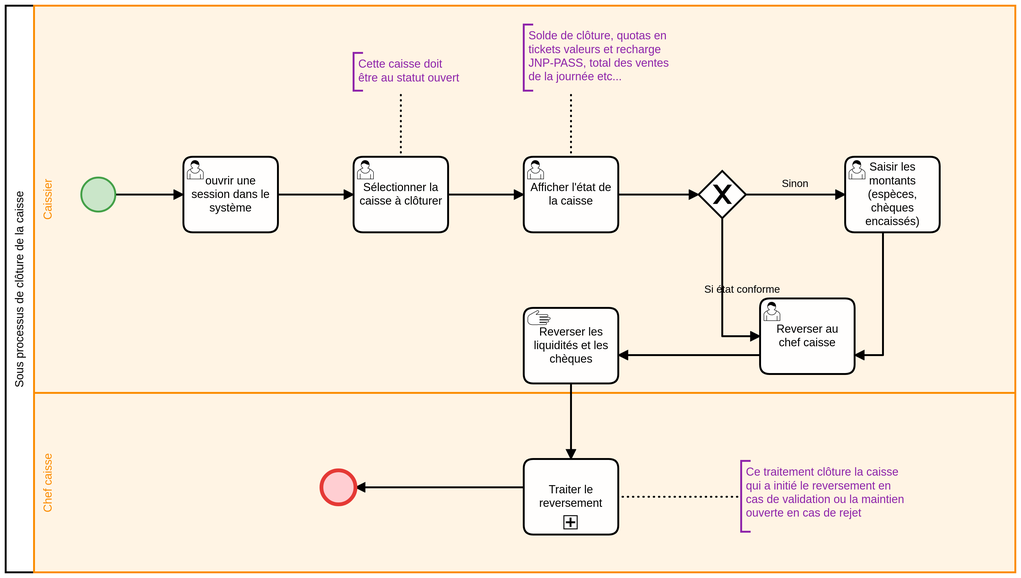
Above: Tresorerie/sp_cloture_caisse.png in consolengnam/JNP-BPMN (BPMN), before the change. Its source is kept beside it as Tresorerie/sp_cloture_caisse.bpmn. Ids are renumbered.
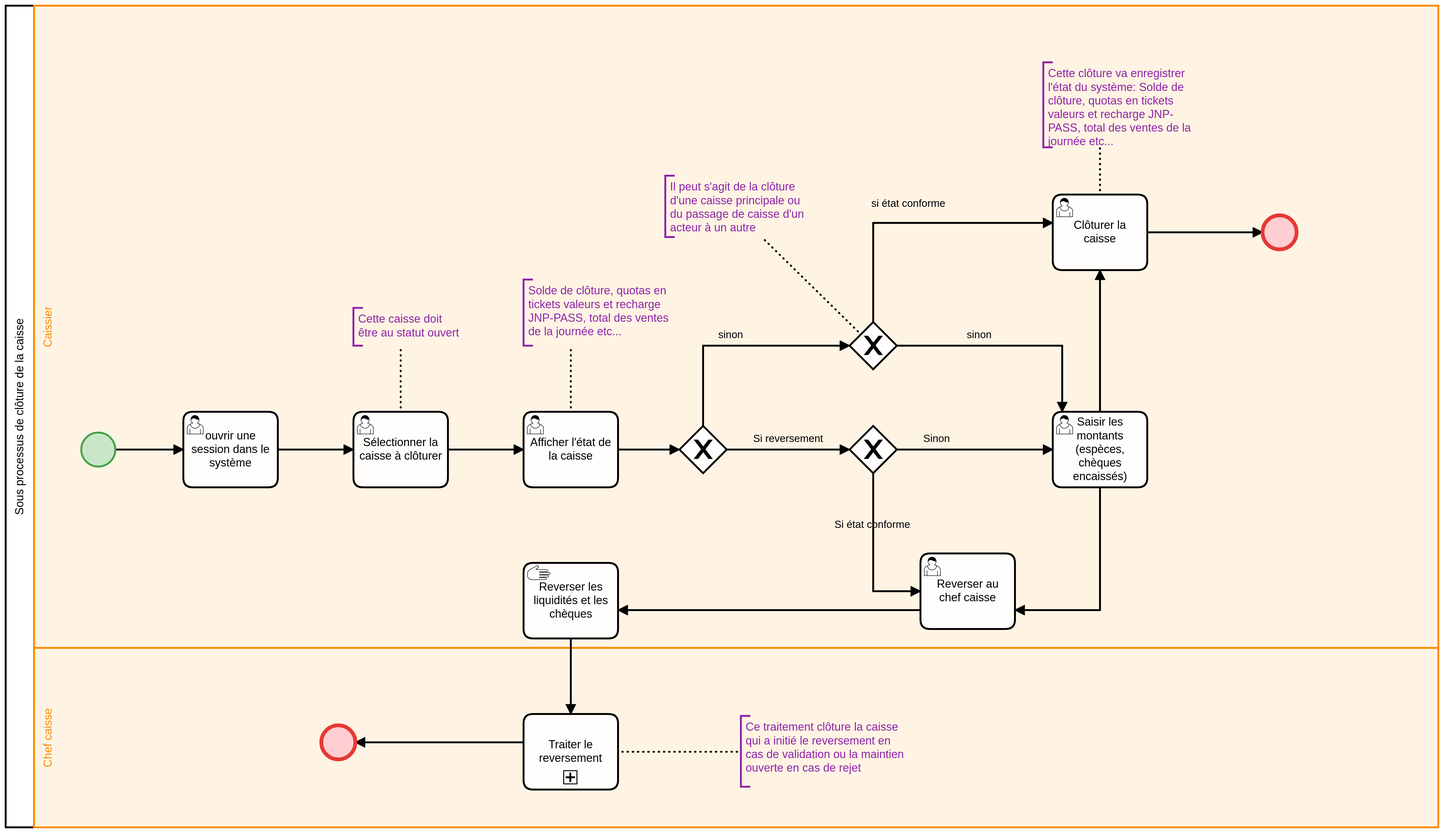
Later version of the same file.

Commit message:
Modification des sous processus de gestion de la caisse

Diff of the diagram source:
```diff
@@ -4,19 +4,23 @@
   </bpmn:collaboration>
   <bpmn:process id="Process_n4" isExecutable="true">
     <bpmn:laneSet id="LaneSet_n5">
+      <bpmn:lane id="Lane_n14" name="Chef caisse">
+        <bpmn:flowNodeRef>Event_n15</bpmn:flowNodeRef>
+        <bpmn:flowNodeRef>Activity_n16</bpmn:flowNodeRef>
+      </bpmn:lane>
       <bpmn:lane id="Lane_n6" name="Caissier">
         <bpmn:flowNodeRef>StartEvent_1</bpmn:flowNodeRef>
         <bpmn:flowNodeRef>Activity_n7</bpmn:flowNodeRef>
         <bpmn:flowNodeRef>Activity_n8</bpmn:flowNodeRef>
         <bpmn:flowNodeRef>Activity_n9</bpmn:flowNodeRef>
+        <bpmn:flowNodeRef>Activity_n13</bpmn:flowNodeRef>
+        <bpmn:flowNodeRef>Activity_n12</bpmn:flowNodeRef>
+        <bpmn:flowNodeRef>Gateway_n35</bpmn:flowNodeRef>
         <bpmn:flowNodeRef>Gateway_n10</bpmn:flowNodeRef>
         <bpmn:flowNodeRef>Activity_n11</bpmn:flowNodeRef>
-        <bpmn:flowNodeRef>Activity_n12</bpmn:flowNodeRef>
-        <bpmn:flowNodeRef>Activity_n13</bpmn:flowNodeRef>
-      </bpmn:lane>
-      <bpmn:lane id="Lane_n14" name="Chef caisse">
-        <bpmn:flowNodeRef>Event_n15</bpmn:flowNodeRef>
-        <bpmn:flowNodeRef>Activity_n16</bpmn:flowNodeRef>
+        <bpmn:flowNodeRef>Activity_n36</bpmn:flowNodeRef>
+        <bpmn:flowNodeRef>Gateway_n37</bpmn:flowNodeRef>
+        <bpmn:flowNodeRef>Event_n38</bpmn:flowNodeRef>
       </bpmn:lane>
     </bpmn:laneSet>
     <bpmn:startEvent id="StartEvent_1">
@@ -32,36 +36,43 @@
     </bpmn:userTask>
     <bpmn:userTask id="Activity_n9" name="Afficher l&#39;état de la caisse">
       <bpmn:incoming>Flow_n19</bpmn:incoming>
-      <bpmn:outgoing>Flow_n20</bpmn:outgoing>
+      <bpmn:outgoing>Flow_n39</bpmn:outgoing>
     </bpmn:userTask>
-    <bpmn:sequenceFlow id="Flow_n17" sourceRef="StartEvent_1" targetRef="Activity_n7" />
-    <bpmn:sequenceFlow id="Flow_n18" sourceRef="Activity_n7" targetRef="Activity_n8" />
-    <bpmn:sequenceFlow id="Flow_n19" sourceRef="Activity_n8" targetRef="Activity_n9" />
-    <bpmn:exclusiveGateway id="Gateway_n10">
-      <bpmn:incoming>Flow_n20</bpmn:incoming>
-      <bpmn:outgoing>Flow_n21</bpmn:outgoing>
-      <bpmn:outgoing>Flow_n22</bpmn:outgoing>
-    </bpmn:exclusiveGateway>
-    <bpmn:sequenceFlow id="Flow_n20" sourceRef="Activity_n9" targetRef="Gateway_n10" />
-    <bpmn:sequenceFlow id="Flow_n21" name="Sinon" sourceRef="Gateway_n10" targetRef="Activity_n11" />
-    <bpmn:sequenceFlow id="Flow_n22" name="Si état conforme" sourceRef="Gateway_n10" targetRef="Activity_n12" />
-    <bpmn:userTask id="Activity_n11" name="Saisir les montants (espèces, chèques encaissés)">
-      <bpmn:incoming>Flow_n21</bpmn:incoming>
-      <bpmn:outgoing>Flow_n23</bpmn:outgoing>
-    </bpmn:userTask>
-    <bpmn:sequenceFlow id="Flow_n23" sourceRef="Activity_n11" targetRef="Activity_n12" />
+    <bpmn:manualTask id="Activity_n13" name="Reverser les liquidités et les chèques">
+      <bpmn:incoming>Flow_n24</bpmn:incoming>
+      <bpmn:outgoing>Flow_n26</bpmn:outgoing>
+    </bpmn:manualTask>
     <bpmn:userTask id="Activity_n12" name="Reverser au chef caisse">
       <bpmn:incoming>Flow_n22</bpmn:incoming>
       <bpmn:incoming>Flow_n23</bpmn:incoming>
       <bpmn:outgoing>Flow_n24</bpmn:outgoing>
     </bpmn:userTask>
-    <bpmn:sequenceFlow id="Flow_n24" sourceRef="Activity_n12" targetRef="Activity_n13" />
-    <bpmn:sequenceFlow id="Flow_n25" sourceRef="Activity_n16" targetRef="Event_n15" />
-    <bpmn:manualTask id="Activity_n13" name="Reverser les liquidités et les chèques">
-      <bpmn:incoming>Flow_n24</bpmn:incoming>
-      <bpmn:outgoing>Flow_n26</bpmn:outgoing>
-    </bpmn:manualTask>
-    <bpmn:sequenceFlow id="Flow_n26" sourceRef="Activity_n13" targetRef="Activity_n16" />
+    <bpmn:exclusiveGateway id="Gateway_n35">
+      <bpmn:incoming>Flow_n39</bpmn:incoming>
+      <bpmn:outgoing>Flow_n40</bpmn:outgoing>
+      <bpmn:outgoing>Flow_n41</bpmn:outgoing>
+    </bpmn:exclusiveGateway>
+    <bpmn:exclusiveGateway id="Gateway_n10">
+      <bpmn:incoming>Flow_n40</bpmn:incoming>
+      <bpmn:outgoing>Flow_n21</bpmn:outgoing>
+      <bpmn:outgoing>Flow_n22</bpmn:outgoing>
+    </bpmn:exclusiveGateway>
+    <bpmn:userTask id="Activity_n11" name="Saisir les montants (espèces, chèques encaissés)">
+      <bpmn:incoming>Flow_n21</bpmn:incoming>
+      <bpmn:incoming>Flow_n42</bpmn:incoming>
+      <bpmn:outgoing>Flow_n23</bpmn:outgoing>
+      <bpmn:outgoing>Flow_n43</bpmn:outgoing>
+    </bpmn:userTask>
+    <bpmn:userTask id="Activity_n36" name="Clôturer la caisse">
+      <bpmn:incoming>Flow_n44</bpmn:incoming>
+      <bpmn:incoming>Flow_n43</bpmn:incoming>
+      <bpmn:outgoing>Flow_n45</bpmn:outgoing>
+    </bpmn:userTask>
+    <bpmn:exclusiveGateway id="Gateway_n37">
+      <bpmn:incoming>Flow_n41</bpmn:incoming>
+      <bpmn:outgoing>Flow_n44</bpmn:outgoing>
+      <bpmn:outgoing>Flow_n42</bpmn:outgoing>
+    </bpmn:exclusiveGateway>
     <bpmn:subProcess id="Activity_n16" name="Traiter le reversement">
       <bpmn:incoming>Flow_n26</bpmn:incoming>
       <bpmn:outgoing>Flow_n25</bpmn:outgoing>
@@ -69,136 +80,230 @@
     <bpmn:endEvent id="Event_n15">
       <bpmn:incoming>Flow_n25</bpmn:incoming>
     </bpmn:endEvent>
+    <bpmn:sequenceFlow id="Flow_n26" sourceRef="Activity_n13" targetRef="Activity_n16" />
+    <bpmn:sequenceFlow id="Flow_n25" sourceRef="Activity_n16" targetRef="Event_n15" />
+    <bpmn:sequenceFlow id="Flow_n24" sourceRef="Activity_n12" targetRef="Activity_n13" />
+    <bpmn:sequenceFlow id="Flow_n23" sourceRef="Activity_n11" targetRef="Activity_n12" />
+    <bpmn:sequenceFlow id="Flow_n22" name="Si état conforme" sourceRef="Gateway_n10" targetRef="Activity_n12" />
+    <bpmn:sequenceFlow id="Flow_n21" name="Sinon" sourceRef="Gateway_n10" targetRef="Activity_n11" />
+    <bpmn:sequenceFlow id="Flow_n19" sourceRef="Activity_n8" targetRef="Activity_n9" />
+    <bpmn:sequenceFlow id="Flow_n18" sourceRef="Activity_n7" targetRef="Activity_n8" />
+    <bpmn:sequenceFlow id="Flow_n17" sourceRef="StartEvent_1" targetRef="Activity_n7" />
+    <bpmn:sequenceFlow id="Flow_n39" sourceRef="Activity_n9" targetRef="Gateway_n35" />
+    <bpmn:sequenceFlow id="Flow_n40" name="Si reversement" sourceRef="Gateway_n35" targetRef="Gateway_n10" />
+    <bpmn:sequenceFlow id="Flow_n41" name="sinon" sourceRef="Gateway_n35" targetRef="Gateway_n37" />
+    <bpmn:sequenceFlow id="Flow_n44" name="si état conforme" sourceRef="Gateway_n37" targetRef="Activity_n36" />
+    <bpmn:sequenceFlow id="Flow_n42" name="sinon" sourceRef="Gateway_n37" targetRef="Activity_n11" />
+    <bpmn:sequenceFlow id="Flow_n43" sourceRef="Activity_n11" targetRef="Activity_n36" />
+    <bpmn:sequenceFlow id="Flow_n45" sourceRef="Activity_n36" targetRef="Event_n38" />
+    <bpmn:endEvent id="Event_n38">
+      <bpmn:incoming>Flow_n45</bpmn:incoming>
+    </bpmn:endEvent>
+    <bpmn:textAnnotation id="TextAnnotation_n46">
+      <bpmn:text>Cette clôture va enregistrer l'état du système: Solde de clôture, quotas en tickets valeurs et recharge JNP-PASS, total des ventes de la journée etc...</bpmn:text>
+    </bpmn:textAnnotation>
     <bpmn:textAnnotation id="TextAnnotation_n27">
       <bpmn:text>Solde de clôture, quotas en tickets valeurs et recharge JNP-PASS, total des ventes de la journée etc...</bpmn:text>
     </bpmn:textAnnotation>
-    <bpmn:association id="Association_n28" sourceRef="Activity_n9" targetRef="TextAnnotation_n27" />
     <bpmn:textAnnotation id="TextAnnotation_n29">
       <bpmn:text>Cette caisse doit être au statut ouvert</bpmn:text>
     </bpmn:textAnnotation>
-    <bpmn:association id="Association_n30" sourceRef="Activity_n8" targetRef="TextAnnotation_n29" />
     <bpmn:textAnnotation id="TextAnnotation_n31">
       <bpmn:text>Ce traitement clôture la caisse qui a initié le reversement en cas de validation ou la maintien ouverte en cas de rejet</bpmn:text>
     </bpmn:textAnnotation>
+    <bpmn:association id="Association_n47" sourceRef="Activity_n36" targetRef="TextAnnotation_n46" />
+    <bpmn:association id="Association_n30" sourceRef="Activity_n8" targetRef="TextAnnotation_n29" />
+    <bpmn:association id="Association_n28" sourceRef="Activity_n9" targetRef="TextAnnotation_n27" />
     <bpmn:association id="Association_n32" sourceRef="Activity_n16" targetRef="TextAnnotation_n31" />
+    <bpmn:textAnnotation id="TextAnnotation_n48">
+      <bpmn:text>Il peut s'agit de la clôture d'une caisse principale ou du passage de caisse d'un acteur à un autre</bpmn:text>
+    </bpmn:textAnnotation>
+    <bpmn:association id="Association_n49" sourceRef="Gateway_n37" targetRef="TextAnnotation_n48" />
   </bpmn:process>
   <bpmndi:BPMNDiagram id="BPMNDiagram_1">
     <bpmndi:BPMNPlane id="BPMNPlane_1" bpmnElement="Collaboration_n2">
       <bpmndi:BPMNShape id="Participant_n3_di" bpmnElement="Participant_n3" isHorizontal="true">
-        <dc:Bounds x="182" y="120" width="1068" height="600" />
+        <dc:Bounds x="182" y="80" width="1516" height="870" />
         <bpmndi:BPMNLabel />
       </bpmndi:BPMNShape>
       <bpmndi:BPMNShape id="Lane_n14_di" bpmnElement="Lane_n14" isHorizontal="true" bioc:stroke="#fb8c00" bioc:fill="#ffe0b2" color:background-color="#ffe0b2" color:border-color="#fb8c00">
-        <dc:Bounds x="212" y="530" width="1038" height="190" />
+        <dc:Bounds x="212" y="760" width="1486" height="190" />
         <bpmndi:BPMNLabel />
       </bpmndi:BPMNShape>
       <bpmndi:BPMNShape id="Lane_n6_di" bpmnElement="Lane_n6" isHorizontal="true" bioc:stroke="#fb8c00" bioc:fill="#ffe0b2" color:background-color="#ffe0b2" color:border-color="#fb8c00">
-        <dc:Bounds x="212" y="120" width="1038" height="410" />
+        <dc:Bounds x="212" y="80" width="1486" height="680" />
+        <bpmndi:BPMNLabel />
+      </bpmndi:BPMNShape>
+      <bpmndi:BPMNShape id="TextAnnotation_n46_di" bpmnElement="TextAnnotation_n46" bioc:stroke="#8e24aa" bioc:fill="#e1bee7" color:background-color="#e1bee7" color:border-color="#8e24aa">
+        <dc:Bounds x="1280" y="140" width="170" height="90" />
+        <bpmndi:BPMNLabel />
+      </bpmndi:BPMNShape>
+      <bpmndi:BPMNShape id="TextAnnotation_n27_di" bpmnElement="TextAnnotation_n27" bioc:stroke="#8e24aa" bioc:fill="#e1bee7" color:background-color="#e1bee7" color:border-color="#8e24aa">
+        <dc:Bounds x="730" y="370" width="160" height="70" />
+        <bpmndi:BPMNLabel />
+      </bpmndi:BPMNShape>
+      <bpmndi:BPMNShape id="TextAnnotation_n29_di" bpmnElement="TextAnnotation_n29" bioc:stroke="#8e24aa" bioc:fill="#e1bee7" color:background-color="#e1bee7" color:border-color="#8e24aa">
+        <dc:Bounds x="550" y="400" width="120" height="40" />
         <bpmndi:BPMNLabel />
       </bpmndi:BPMNShape>
       <bpmndi:BPMNShape id="TextAnnotation_n31_di" bpmnElement="TextAnnotation_n31" bioc:stroke="#8e24aa" bioc:fill="#e1bee7" color:background-color="#e1bee7" color:border-color="#8e24aa">
-        <dc:Bounds x="960" y="602" width="180" height="75" />
+        <dc:Bounds x="960" y="832" width="180" height="75" />
         <bpmndi:BPMNLabel />
       </bpmndi:BPMNShape>
+      <bpmndi:BPMNShape id="TextAnnotation_n48_di" bpmnElement="TextAnnotation_n48" bioc:stroke="#8e24aa" bioc:fill="#e1bee7" color:background-color="#e1bee7" color:border-color="#8e24aa">
+        <dc:Bounds x="880" y="260" width="160" height="65" />
+        <bpmndi:BPMNLabel />
+      </bpmndi:BPMNShape>
+      <bpmndi:BPMNEdge id="Flow_n26_di" bpmnElement="Flow_n26">
+        <di:waypoint x="780" y="750" />
+        <di:waypoint x="780" y="830" />
+      </bpmndi:BPMNEdge>
       <bpmndi:BPMNEdge id="Flow_n25_di" bpmnElement="Flow_n25">
-        <di:waypoint x="730" y="630" />
-        <di:waypoint x="552" y="630" />
+        <di:waypoint x="730" y="860" />
+        <di:waypoint x="552" y="860" />
       </bpmndi:BPMNEdge>
       <bpmndi:BPMNEdge id="Flow_n24_di" bpmnElement="Flow_n24">
-        <di:waypoint x="980" y="490" />
-        <di:waypoint x="830" y="490" />
+        <di:waypoint x="1150" y="720" />
+        <di:waypoint x="830" y="720" />
       </bpmndi:BPMNEdge>
       <bpmndi:BPMNEdge id="Flow_n23_di" bpmnElement="Flow_n23">
-        <di:waypoint x="1110" y="360" />
-        <di:waypoint x="1110" y="490" />
-        <di:waypoint x="1080" y="490" />
+        <di:waypoint x="1340" y="590" />
+        <di:waypoint x="1340" y="720" />
+        <di:waypoint x="1250" y="720" />
       </bpmndi:BPMNEdge>
       <bpmndi:BPMNEdge id="Flow_n22_di" bpmnElement="Flow_n22">
-        <di:waypoint x="940" y="345" />
-        <di:waypoint x="940" y="470" />
-        <di:waypoint x="980" y="470" />
+        <di:waypoint x="1100" y="575" />
+        <di:waypoint x="1100" y="700" />
+        <di:waypoint x="1150" y="700" />
         <bpmndi:BPMNLabel>
-          <dc:Bounds x="921" y="414" width="81" height="14" />
+          <dc:Bounds x="1059" y="623" width="81" height="14" />
         </bpmndi:BPMNLabel>
       </bpmndi:BPMNEdge>
       <bpmndi:BPMNEdge id="Flow_n21_di" bpmnElement="Flow_n21">
-        <di:waypoint x="965" y="320" />
-        <di:waypoint x="1070" y="320" />
+        <di:waypoint x="1125" y="550" />
+        <di:waypoint x="1290" y="550" />
         <bpmndi:BPMNLabel>
-          <dc:Bounds x="1003" y="302" width="29" height="14" />
+          <dc:Bounds x="1153" y="532" width="29" height="14" />
         </bpmndi:BPMNLabel>
       </bpmndi:BPMNEdge>
-      <bpmndi:BPMNEdge id="Flow_n20_di" bpmnElement="Flow_n20">
-        <di:waypoint x="830" y="320" />
-        <di:waypoint x="915" y="320" />
-      </bpmndi:BPMNEdge>
       <bpmndi:BPMNEdge id="Flow_n19_di" bpmnElement="Flow_n19">
-        <di:waypoint x="650" y="320" />
-        <di:waypoint x="730" y="320" />
+        <di:waypoint x="650" y="550" />
+        <di:waypoint x="730" y="550" />
       </bpmndi:BPMNEdge>
       <bpmndi:BPMNEdge id="Flow_n18_di" bpmnElement="Flow_n18">
-        <di:waypoint x="470" y="320" />
-        <di:waypoint x="550" y="320" />
+        <di:waypoint x="470" y="550" />
+        <di:waypoint x="550" y="550" />
       </bpmndi:BPMNEdge>
       <bpmndi:BPMNEdge id="Flow_n17_di" bpmnElement="Flow_n17">
-        <di:waypoint x="298" y="320" />
-        <di:waypoint x="370" y="320" />
+        <di:waypoint x="298" y="550" />
+        <di:waypoint x="370" y="550" />
       </bpmndi:BPMNEdge>
-      <bpmndi:BPMNEdge id="Flow_n26_di" bpmnElement="Flow_n26">
-        <di:waypoint x="780" y="520" />
-        <di:waypoint x="780" y="600" />
+      <bpmndi:BPMNEdge id="Flow_n39_di" bpmnElement="Flow_n39">
+        <di:waypoint x="830" y="550" />
+        <di:waypoint x="895" y="550" />
+      </bpmndi:BPMNEdge>
+      <bpmndi:BPMNEdge id="Flow_n40_di" bpmnElement="Flow_n40">
+        <di:waypoint x="945" y="550" />
+        <di:waypoint x="1075" y="550" />
+        <bpmndi:BPMNLabel>
+          <dc:Bounds x="973" y="532" width="74" height="14" />
+        </bpmndi:BPMNLabel>
+      </bpmndi:BPMNEdge>
+      <bpmndi:BPMNEdge id="Flow_n41_di" bpmnElement="Flow_n41">
+        <di:waypoint x="920" y="525" />
+        <di:waypoint x="920" y="440" />
+        <di:waypoint x="1075" y="440" />
+        <bpmndi:BPMNLabel>
+          <dc:Bounds x="936" y="422" width="27" height="14" />
+        </bpmndi:BPMNLabel>
+      </bpmndi:BPMNEdge>
+      <bpmndi:BPMNEdge id="Flow_n44_di" bpmnElement="Flow_n44">
+        <di:waypoint x="1100" y="415" />
+        <di:waypoint x="1100" y="310" />
+        <di:waypoint x="1290" y="310" />
+        <bpmndi:BPMNLabel>
+          <dc:Bounds x="1098" y="283" width="79" height="14" />
+        </bpmndi:BPMNLabel>
+      </bpmndi:BPMNEdge>
+      <bpmndi:BPMNEdge id="Flow_n42_di" bpmnElement="Flow_n42">
+        <di:waypoint x="1125" y="440" />
+        <di:waypoint x="1300" y="440" />
+        <di:waypoint x="1300" y="510" />
+        <bpmndi:BPMNLabel>
+          <dc:Bounds x="1199" y="422" width="27" height="14" />
+        </bpmndi:BPMNLabel>
+      </bpmndi:BPMNEdge>
+      <bpmndi:BPMNEdge id="Flow_n43_di" bpmnElement="Flow_n43">
+        <di:waypoint x="1340" y="510" />
+        <di:waypoint x="1340" y="360" />
+      </bpmndi:BPMNEdge>
+      <bpmndi:BPMNEdge id="Flow_n45_di" bpmnElement="Flow_n45">
+        <di:waypoint x="1390" y="320" />
+        <di:waypoint x="1512" y="320" />
       </bpmndi:BPMNEdge>
       <bpmndi:BPMNShape id="_BPMNShape_StartEvent_2" bpmnElement="StartEvent_1" bioc:stroke="#43a047" bioc:fill="#c8e6c9" color:background-color="#c8e6c9" color:border-color="#43a047">
-        <dc:Bounds x="262" y="302" width="36" height="36" />
+        <dc:Bounds x="262" y="532" width="36" height="36" />
       </bpmndi:BPMNShape>
       <bpmndi:BPMNShape id="Activity_1ccfxxx_di" bpmnElement="Activity_n7">
-        <dc:Bounds x="370" y="280" width="100" height="80" />
+        <dc:Bounds x="370" y="510" width="100" height="80" />
       </bpmndi:BPMNShape>
       <bpmndi:BPMNShape id="Activity_1o449ns_di" bpmnElement="Activity_n8">
-        <dc:Bounds x="550" y="280" width="100" height="80" />
+        <dc:Bounds x="550" y="510" width="100" height="80" />
       </bpmndi:BPMNShape>
       <bpmndi:BPMNShape id="Activity_13tm6xv_di" bpmnElement="Activity_n9">
-        <dc:Bounds x="730" y="280" width="100" height="80" />
+        <dc:Bounds x="730" y="510" width="100" height="80" />
+      </bpmndi:BPMNShape>
+      <bpmndi:BPMNShape id="Activity_1bvr8cz_di" bpmnElement="Activity_n13">
+        <dc:Bounds x="730" y="670" width="100" height="80" />
+        <bpmndi:BPMNLabel />
+      </bpmndi:BPMNShape>
+      <bpmndi:BPMNShape id="Activity_0j70234_di" bpmnElement="Activity_n12">
+        <dc:Bounds x="1150" y="660" width="100" height="80" />
+        <bpmndi:BPMNLabel />
+      </bpmndi:BPMNShape>
+      <bpmndi:BPMNShape id="Gateway_n35_di" bpmnElement="Gateway_n35" isMarkerVisible="true">
+        <dc:Bounds x="895" y="525" width="50" height="50" />
       </bpmndi:BPMNShape>
       <bpmndi:BPMNShape id="Gateway_n10_di" bpmnElement="Gateway_n10" isMarkerVisible="true">
-        <dc:Bounds x="915" y="295" width="50" height="50" />
+        <dc:Bounds x="1075" y="525" width="50" height="50" />
       </bpmndi:BPMNShape>
       <bpmndi:BPMNShape id="Activity_11blf2p_di" bpmnElement="Activity_n11">
-        <dc:Bounds x="1070" y="280" width="100" height="80" />
+        <dc:Bounds x="1290" y="510" width="100" height="80" />
       </bpmndi:BPMNShape>
-      <bpmndi:BPMNShape id="Activity_0j70234_di" bpmnElement="Activity_n12">
-        <dc:Bounds x="980" y="430" width="100" height="80" />
-        <bpmndi:BPMNLabel />
+      <bpmndi:BPMNShape id="Activity_1qlrd7w_di" bpmnElement="Activity_n36">
+        <dc:Bounds x="1290" y="280" width="100" height="80" />
       </bpmndi:BPMNShape>
-      <bpmndi:BPMNShape id="TextAnnotation_n27_di" bpmnElement="TextAnnotation_n27" bioc:stroke="#8e24aa" bioc:fill="#e1bee7" color:background-color="#e1bee7" color:border-color="#8e24aa">
-        <dc:Bounds x="730" y="140" width="159.9911971830986" height="69.99397702001482" />
-        <bpmndi:BPMNLabel />
-      </bpmndi:BPMNShape>
-      <bpmndi:BPMNShape id="TextAnnotation_n29_di" bpmnElement="TextAnnotation_n29" bioc:stroke="#8e24aa" bioc:fill="#e1bee7" color:background-color="#e1bee7" color:border-color="#8e24aa">
-        <dc:Bounds x="550" y="170" width="120" height="40" />
-        <bpmndi:BPMNLabel />
-      </bpmndi:BPMNShape>
-      <bpmndi:BPMNShape id="Activity_1bvr8cz_di" bpmnElement="Activity_n13">
-        <dc:Bounds x="730" y="440" width="100" height="80" />
-        <bpmndi:BPMNLabel />
+      <bpmndi:BPMNShape id="Gateway_n37_di" bpmnElement="Gateway_n37" isMarkerVisible="true">
+        <dc:Bounds x="1075" y="415" width="50" height="50" />
       </bpmndi:BPMNShape>
       <bpmndi:BPMNShape id="Event_n15_di" bpmnElement="Event_n15" bioc:stroke="#e53935" bioc:fill="#ffcdd2" color:background-color="#ffcdd2" color:border-color="#e53935">
-        <dc:Bounds x="516" y="612" width="36" height="36" />
+        <dc:Bounds x="516" y="842" width="36" height="36" />
       </bpmndi:BPMNShape>
-      <bpmndi:BPMNEdge id="Association_n28_di" bpmnElement="Association_n28">
-        <di:waypoint x="780" y="280" />
-        <di:waypoint x="780" y="210" />
+      <bpmndi:BPMNShape id="Event_n38_di" bpmnElement="Event_n38" bioc:stroke="#e53935" bioc:fill="#ffcdd2" color:background-color="#ffcdd2" color:border-color="#e53935">
+        <dc:Bounds x="1512" y="302" width="36" height="36" />
+      </bpmndi:BPMNShape>
+      <bpmndi:BPMNShape id="Activity_102s636_di" bpmnElement="Activity_n16">
+        <dc:Bounds x="730" y="830" width="100" height="80" />
+      </bpmndi:BPMNShape>
+      <bpmndi:BPMNEdge id="Association_n47_di" bpmnElement="Association_n47">
+        <di:waypoint x="1340" y="280" />
+        <di:waypoint x="1340" y="230" />
       </bpmndi:BPMNEdge>
       <bpmndi:BPMNEdge id="Association_n30_di" bpmnElement="Association_n30">
-        <di:waypoint x="600" y="280" />
-        <di:waypoint x="600" y="210" />
+        <di:waypoint x="600" y="510" />
+        <di:waypoint x="600" y="440" />
       </bpmndi:BPMNEdge>
-      <bpmndi:BPMNShape id="Activity_102s636_di" bpmnElement="Activity_n16">
-        <dc:Bounds x="730" y="600" width="100" height="80" />
-      </bpmndi:BPMNShape>
+      <bpmndi:BPMNEdge id="Association_n28_di" bpmnElement="Association_n28">
+        <di:waypoint x="780" y="510" />
+        <di:waypoint x="780" y="440" />
+      </bpmndi:BPMNEdge>
       <bpmndi:BPMNEdge id="Association_n32_di" bpmnElement="Association_n32">
-        <di:waypoint x="830" y="640" />
-        <di:waypoint x="960" y="640" />
+        <di:waypoint x="830" y="870" />
+        <di:waypoint x="960" y="870" />
+      </bpmndi:BPMNEdge>
+      <bpmndi:BPMNEdge id="Association_n49_di" bpmnElement="Association_n49">
+        <di:waypoint x="1087" y="428" />
+        <di:waypoint x="982" y="325" />
       </bpmndi:BPMNEdge>
     </bpmndi:BPMNPlane>
   </bpmndi:BPMNDiagram>
```
